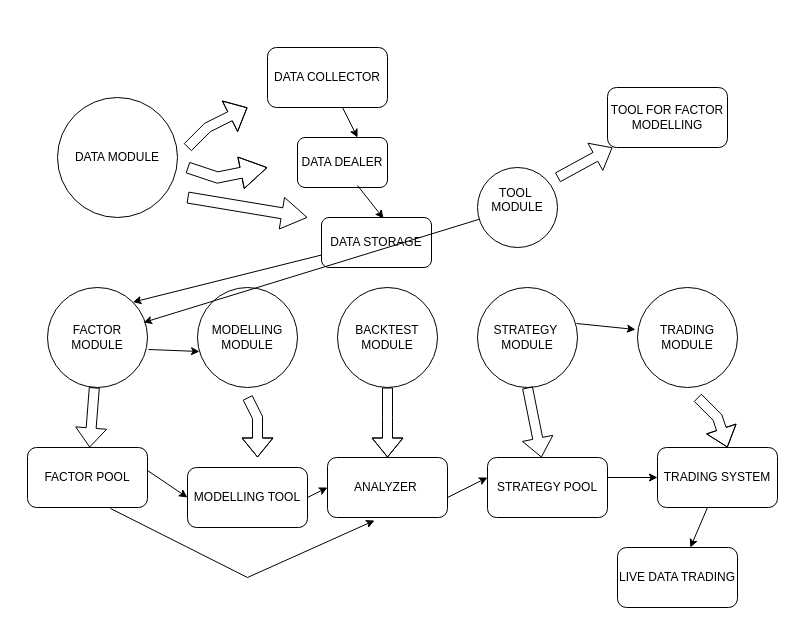
The draw.io diagram 未命名绘图.drawio in pengpengyi92/PENGYITRADER, before the edit. Source tidied: cells renumbered, new cells numbered last; positions are measured from the earlier drawing's top-left corner, leaving out a move shared by most shapes. Both pictures are drawn from the tidied source at 100%, with x=0, y=0 at pixel (27, 47).
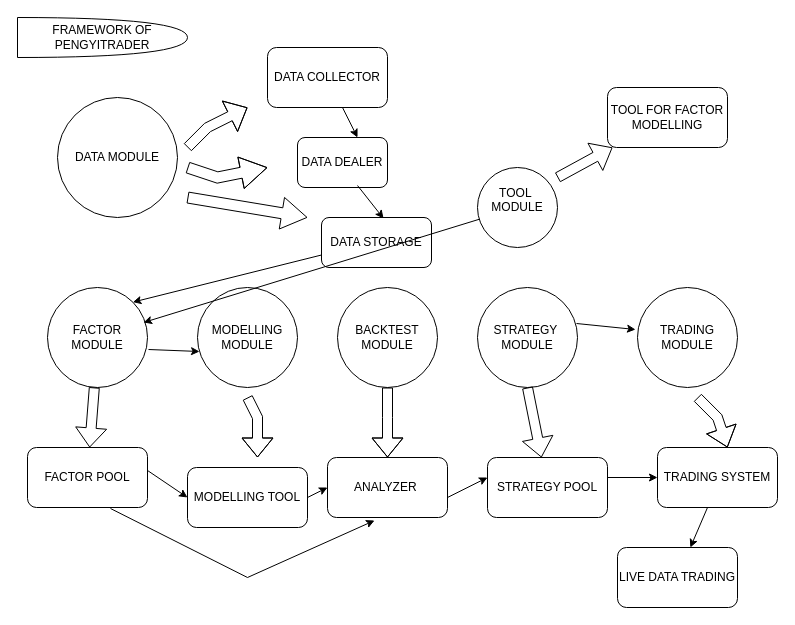
After the change.

The edit, as a diff of the source:
```diff
@@
+    <mxCell id="40" value="FRAMEWORK OF PENGYITRADER" style="shape=or;whiteSpace=wrap;html=1;" parent="1" vertex="1">
+      <mxGeometry x="-10" y="-30" width="170" height="40" as="geometry" />
+    </mxCell>
```
